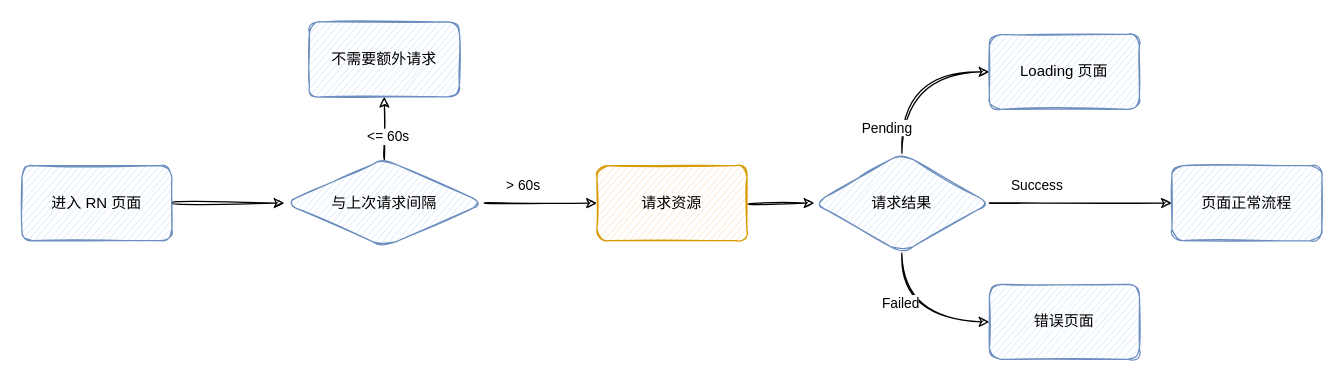
This is page "第 2 页" (2 of 3) of 未命名绘图.drawio from Darkindom/draw-the-diagrams, a draw.io file, before an edit. Source tidied: cells renumbered, new cells numbered last; positions are measured from the earlier drawing's top-left corner, leaving out a move shared by most shapes. Both pictures are drawn from the tidied source at 125%, with x=0, y=0 at pixel (21, 21).
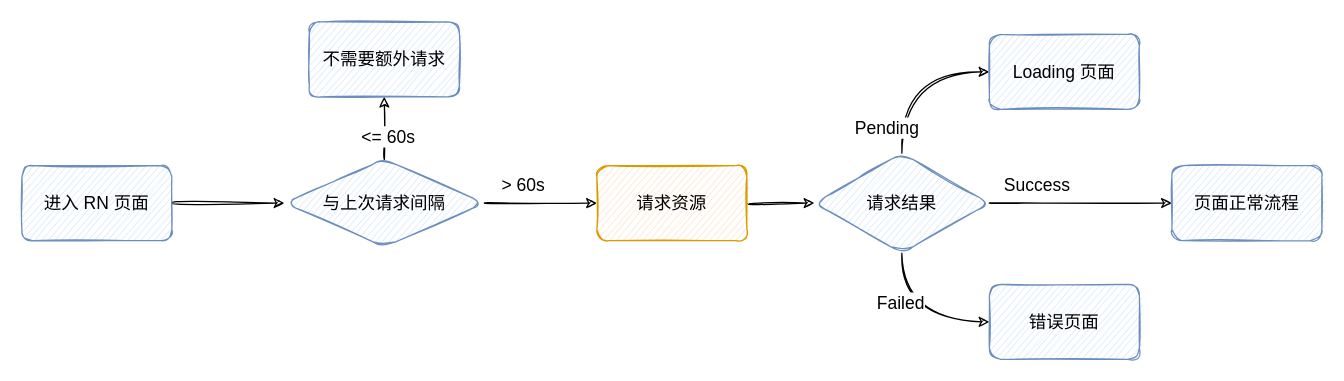
The same page after the edit.

The edit, as a diff of the source:
```diff
@@
-    <mxCell id="2" style="edgeStyle=orthogonalEdgeStyle;rounded=1;jettySize=auto;html=1;curved=1;sketch=1;" parent="1" edge="1" source="3" target="8">
+    <mxCell id="2" style="edgeStyle=orthogonalEdgeStyle;rounded=1;jettySize=auto;html=1;curved=1;sketch=1;fontSize=14;" parent="1" edge="1" source="3" target="8">
       <mxGeometry relative="1" as="geometry" />
     </mxCell>
-    <mxCell id="3" value="进入 RN 页面" style="whiteSpace=wrap;html=1;fontFamily=手札体-简;fillColor=#dae8fc;strokeColor=#6c8ebf;rounded=1;sketch=1;shadow=0;glass=0;" parent="1" vertex="1">
+    <mxCell id="3" value="进入 RN 页面" style="whiteSpace=wrap;html=1;fontFamily=手札体-简;fillColor=#dae8fc;strokeColor=#6c8ebf;rounded=1;sketch=1;shadow=0;glass=0;fontSize=14;" parent="1" vertex="1">
       <mxGeometry y="115" width="120" height="60" as="geometry" />
     </mxCell>
-    <mxCell id="4" style="edgeStyle=orthogonalEdgeStyle;rounded=1;jettySize=auto;html=1;curved=1;sketch=1;" parent="1" edge="1" source="8" target="9">
+    <mxCell id="4" style="edgeStyle=orthogonalEdgeStyle;rounded=1;jettySize=auto;html=1;curved=1;sketch=1;fontSize=14;" parent="1" edge="1" source="8" target="9">
       <mxGeometry relative="1" as="geometry" />
     </mxCell>
-    <mxCell id="5" value="&amp;lt;= 60s" style="edgeLabel;html=1;align=center;verticalAlign=middle;sketch=1;rounded=1;" parent="4" vertex="1">
+    <mxCell id="5" value="&amp;lt;= 60s" style="edgeLabel;html=1;align=center;verticalAlign=middle;sketch=1;rounded=1;fontSize=14;" parent="4" vertex="1">
       <mxGeometry x="-0.22" y="-2" relative="1" as="geometry">
         <mxPoint y="1" as="offset" />
       </mxGeometry>
     </mxCell>
-    <mxCell id="6" style="edgeStyle=orthogonalEdgeStyle;rounded=1;jettySize=auto;html=1;curved=1;sketch=1;" parent="1" edge="1" source="8" target="11">
+    <mxCell id="6" style="edgeStyle=orthogonalEdgeStyle;rounded=1;jettySize=auto;html=1;curved=1;sketch=1;fontSize=14;" parent="1" edge="1" source="8" target="11">
       <mxGeometry relative="1" as="geometry" />
     </mxCell>
-    <mxCell id="7" value="&amp;gt; 60s" style="edgeLabel;html=1;align=center;verticalAlign=middle;sketch=1;rounded=1;" parent="6" vertex="1">
+    <mxCell id="7" value="&amp;gt; 60s" style="edgeLabel;html=1;align=center;verticalAlign=middle;sketch=1;rounded=1;fontSize=14;" parent="6" vertex="1">
       <mxGeometry x="-0.27" y="4" relative="1" as="geometry">
         <mxPoint x="-3" y="-11" as="offset" />
       </mxGeometry>
     </mxCell>
-    <mxCell id="8" value="与上次请求间隔" style="rhombus;whiteSpace=wrap;html=1;fontFamily=手札体-简;fillColor=#dae8fc;strokeColor=#6c8ebf;rounded=1;sketch=1;shadow=0;glass=0;" parent="1" vertex="1">
+    <mxCell id="8" value="与上次请求间隔" style="rhombus;whiteSpace=wrap;html=1;fontFamily=手札体-简;fillColor=#dae8fc;strokeColor=#6c8ebf;rounded=1;sketch=1;shadow=0;glass=0;fontSize=14;" parent="1" vertex="1">
       <mxGeometry x="210" y="110" width="160" height="70" as="geometry" />
     </mxCell>
-    <mxCell id="9" value="不需要额外请求" style="whiteSpace=wrap;html=1;fontFamily=手札体-简;fillColor=#dae8fc;strokeColor=#6c8ebf;rounded=1;sketch=1;shadow=0;glass=0;" parent="1" vertex="1">
+    <mxCell id="9" value="不需要额外请求" style="whiteSpace=wrap;html=1;fontFamily=手札体-简;fillColor=#dae8fc;strokeColor=#6c8ebf;rounded=1;sketch=1;shadow=0;glass=0;fontSize=14;" parent="1" vertex="1">
       <mxGeometry x="230" width="120" height="60" as="geometry" />
     </mxCell>
-    <mxCell id="10" style="edgeStyle=orthogonalEdgeStyle;curved=1;rounded=1;sketch=1;jettySize=auto;html=1;" parent="1" edge="1" source="11" target="18">
+    <mxCell id="10" style="edgeStyle=orthogonalEdgeStyle;curved=1;rounded=1;sketch=1;jettySize=auto;html=1;fontSize=14;" parent="1" edge="1" source="11" target="18">
       <mxGeometry relative="1" as="geometry" />
     </mxCell>
-    <mxCell id="11" value="请求资源" style="whiteSpace=wrap;html=1;fontFamily=手札体-简;fillColor=#ffe6cc;strokeColor=#d79b00;rounded=1;sketch=1;shadow=0;glass=0;" parent="1" vertex="1">
+    <mxCell id="11" value="请求资源" style="whiteSpace=wrap;html=1;fontFamily=手札体-简;fillColor=#ffe6cc;strokeColor=#d79b00;rounded=1;sketch=1;shadow=0;glass=0;fontSize=14;" parent="1" vertex="1">
       <mxGeometry x="460" y="115" width="120" height="60" as="geometry" />
     </mxCell>
-    <mxCell id="12" style="edgeStyle=orthogonalEdgeStyle;curved=1;rounded=1;sketch=1;jettySize=auto;html=1;entryX=0;entryY=0.5;entryDx=0;entryDy=0;" parent="1" edge="1" source="18" target="19">
+    <mxCell id="12" style="edgeStyle=orthogonalEdgeStyle;curved=1;rounded=1;sketch=1;jettySize=auto;html=1;entryX=0;entryY=0.5;entryDx=0;entryDy=0;fontSize=14;" parent="1" edge="1" source="18" target="19">
       <mxGeometry relative="1" as="geometry" />
     </mxCell>
-    <mxCell id="13" value="Pending" style="edgeLabel;html=1;align=center;verticalAlign=middle;" parent="12" vertex="1">
+    <mxCell id="13" value="Pending" style="edgeLabel;html=1;align=center;verticalAlign=middle;fontSize=14;" parent="12" vertex="1">
       <mxGeometry x="-0.7" y="1" relative="1" as="geometry">
         <mxPoint x="-12" y="-1" as="offset" />
       </mxGeometry>
     </mxCell>
-    <mxCell id="14" style="edgeStyle=orthogonalEdgeStyle;curved=1;rounded=1;sketch=1;jettySize=auto;html=1;" parent="1" edge="1" source="18" target="20">
+    <mxCell id="14" style="edgeStyle=orthogonalEdgeStyle;curved=1;rounded=1;sketch=1;jettySize=auto;html=1;fontSize=14;" parent="1" edge="1" source="18" target="20">
       <mxGeometry relative="1" as="geometry" />
     </mxCell>
-    <mxCell id="15" value="Success" style="edgeLabel;html=1;align=center;verticalAlign=middle;" parent="14" vertex="1">
+    <mxCell id="15" value="Success" style="edgeLabel;html=1;align=center;verticalAlign=middle;fontSize=14;" parent="14" vertex="1">
       <mxGeometry x="-0.5" y="1" relative="1" as="geometry">
         <mxPoint y="-14" as="offset" />
       </mxGeometry>
     </mxCell>
-    <mxCell id="16" style="edgeStyle=orthogonalEdgeStyle;curved=1;rounded=1;sketch=1;jettySize=auto;html=1;entryX=0;entryY=0.5;entryDx=0;entryDy=0;" parent="1" edge="1" source="18" target="21">
+    <mxCell id="16" style="edgeStyle=orthogonalEdgeStyle;curved=1;rounded=1;sketch=1;jettySize=auto;html=1;entryX=0;entryY=0.5;entryDx=0;entryDy=0;fontSize=14;" parent="1" edge="1" source="18" target="21">
       <mxGeometry relative="1" as="geometry" />
     </mxCell>
-    <mxCell id="17" value="Failed" style="edgeLabel;html=1;align=center;verticalAlign=middle;" parent="16" vertex="1">
+    <mxCell id="17" value="Failed" style="edgeLabel;html=1;align=center;verticalAlign=middle;fontSize=14;" parent="16" vertex="1">
       <mxGeometry x="-0.39" y="-2" relative="1" as="geometry">
         <mxPoint y="1" as="offset" />
       </mxGeometry>
     </mxCell>
-    <mxCell id="18" value="请求结果" style="rhombus;whiteSpace=wrap;html=1;fontFamily=手札体-简;fillColor=#dae8fc;strokeColor=#6c8ebf;rounded=1;sketch=1;shadow=0;glass=0;" parent="1" vertex="1">
+    <mxCell id="18" value="请求结果" style="rhombus;whiteSpace=wrap;html=1;fontFamily=手札体-简;fillColor=#dae8fc;strokeColor=#6c8ebf;rounded=1;sketch=1;shadow=0;glass=0;fontSize=14;" parent="1" vertex="1">
       <mxGeometry x="634" y="105" width="140" height="80" as="geometry" />
     </mxCell>
-    <mxCell id="19" value="Loading 页面" style="whiteSpace=wrap;html=1;fontFamily=手札体-简;fillColor=#dae8fc;strokeColor=#6c8ebf;rounded=1;sketch=1;shadow=0;glass=0;" parent="1" vertex="1">
+    <mxCell id="19" value="Loading 页面" style="whiteSpace=wrap;html=1;fontFamily=手札体-简;fillColor=#dae8fc;strokeColor=#6c8ebf;rounded=1;sketch=1;shadow=0;glass=0;fontSize=14;" parent="1" vertex="1">
       <mxGeometry x="774" y="10" width="120" height="60" as="geometry" />
     </mxCell>
-    <mxCell id="20" value="页面正常流程" style="whiteSpace=wrap;html=1;fontFamily=手札体-简;fillColor=#dae8fc;strokeColor=#6c8ebf;rounded=1;sketch=1;shadow=0;glass=0;" parent="1" vertex="1">
+    <mxCell id="20" value="页面正常流程" style="whiteSpace=wrap;html=1;fontFamily=手札体-简;fillColor=#dae8fc;strokeColor=#6c8ebf;rounded=1;sketch=1;shadow=0;glass=0;fontSize=14;" parent="1" vertex="1">
       <mxGeometry x="920" y="115" width="120" height="60" as="geometry" />
     </mxCell>
-    <mxCell id="21" value="错误页面" style="whiteSpace=wrap;html=1;fontFamily=手札体-简;fillColor=#dae8fc;strokeColor=#6c8ebf;rounded=1;sketch=1;shadow=0;glass=0;" parent="1" vertex="1">
+    <mxCell id="21" value="错误页面" style="whiteSpace=wrap;html=1;fontFamily=手札体-简;fillColor=#dae8fc;strokeColor=#6c8ebf;rounded=1;sketch=1;shadow=0;glass=0;fontSize=14;" parent="1" vertex="1">
       <mxGeometry x="774" y="210" width="120" height="60" as="geometry" />
     </mxCell>
```
